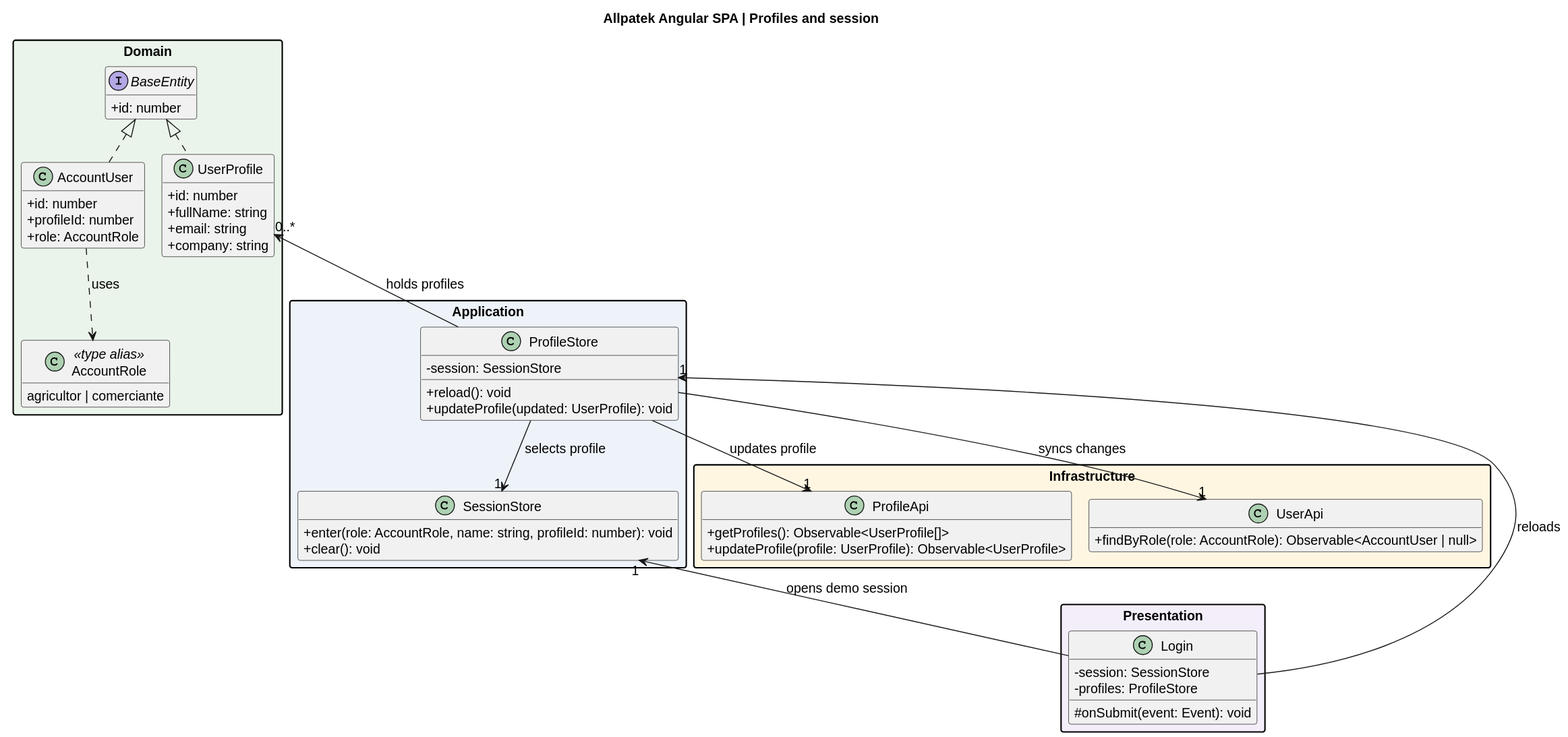
The PlantUML diagram assets/chapter-04/architecture/web-classes-profiles.svg in upc-pre-202620-1asi0729-7753-Terranova/allpatek-report, before a commit.
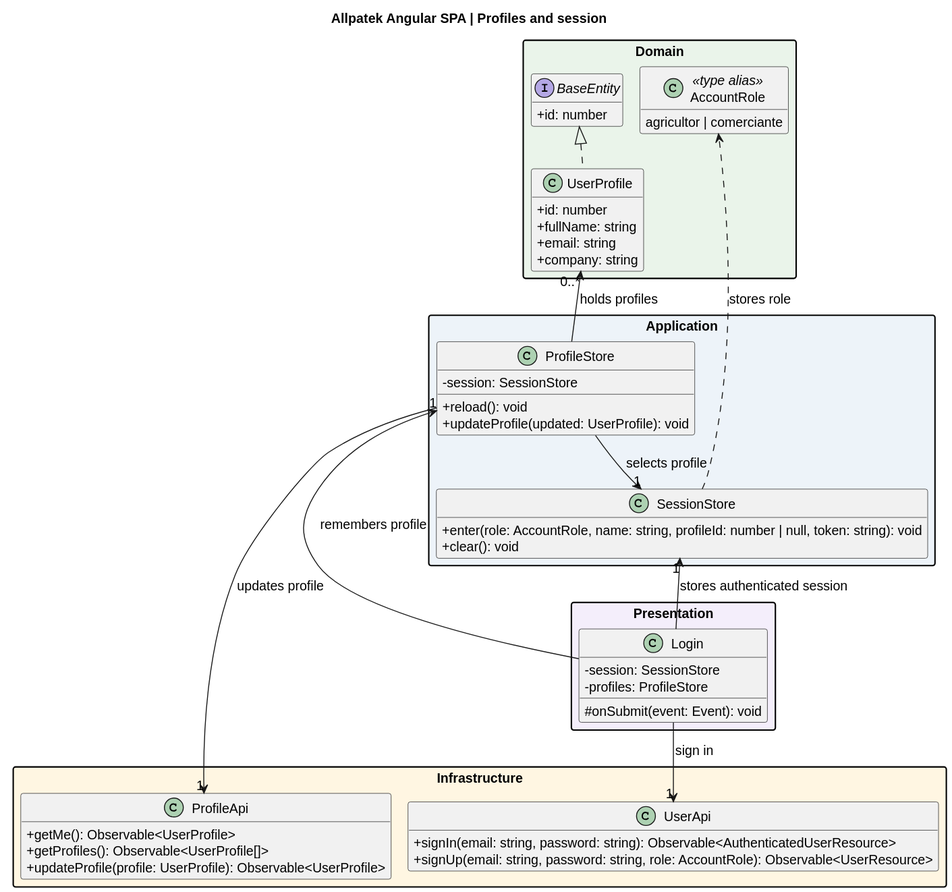
After the commit.

Commit message:
docs(uml): reflect token login and current profile loading

Change to the diagram source:
```diff
@@ -18,11 +18,6 @@
   +email: string
   +company: string
 }
-class AccountUser {
-  +id: number
-  +profileId: number
-  +role: AccountRole
-}
 class AccountRole <<type alias>> {
   {field} agricultor | comerciante
 }
@@ -34,17 +29,19 @@
   +updateProfile(updated: UserProfile): void
 }
 class SessionStore {
-  +enter(role: AccountRole, name: string, profileId: number): void
+  +enter(role: AccountRole, name: string, profileId: number | null, token: string): void
   +clear(): void
 }
 }
 package "Infrastructure" #FFF6E2 {
 class ProfileApi {
+  +getMe(): Observable<UserProfile>
   +getProfiles(): Observable<UserProfile[]>
   +updateProfile(profile: UserProfile): Observable<UserProfile>
 }
 class UserApi {
-  +findByRole(role: AccountRole): Observable<AccountUser | null>
+  +signIn(email: string, password: string): Observable<AuthenticatedUserResource>
+  +signUp(email: string, password: string, role: AccountRole): Observable<UserResource>
 }
 }
 package "Presentation" #F4EEFB {
@@ -54,13 +51,12 @@
   #onSubmit(event: Event): void
 }
 }
-BaseEntity <|.. AccountUser
 BaseEntity <|.. UserProfile
-AccountUser ..> AccountRole : uses
+SessionStore ..> AccountRole : stores role
 ProfileStore -up-> "0..*" UserProfile : holds profiles
 ProfileStore --> "1" ProfileApi : updates profile
-ProfileStore --> "1" UserApi : syncs changes
+Login --> "1" UserApi : sign in
 ProfileStore --> "1" SessionStore : selects profile
-Login -up-> "1" SessionStore : opens demo session
-Login -up-> "1" ProfileStore : reloads
+Login -up-> "1" SessionStore : stores authenticated session
+Login -up-> "1" ProfileStore : remembers profile
 @enduml
```
